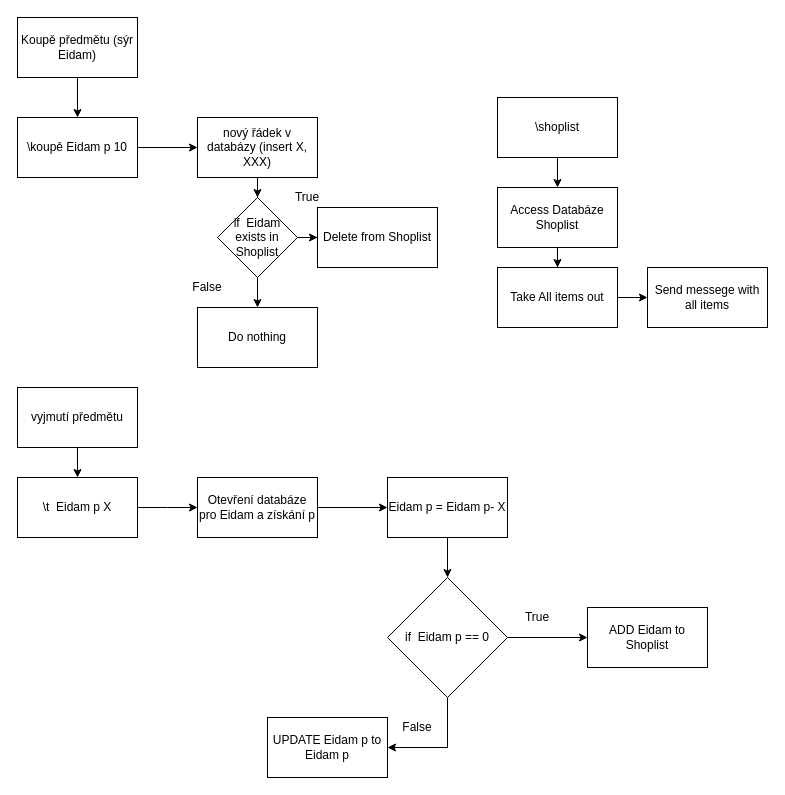
Above: Untitled Diagram.drawio in ridlees/Home_managment (draw.io), before the change. Source tidied: cells renumbered, new cells numbered last; positions are measured from the earlier drawing's top-left corner, leaving out a move shared by most shapes. Both pictures are drawn from the tidied source at 100%, with x=0, y=0 at pixel (17, 17).
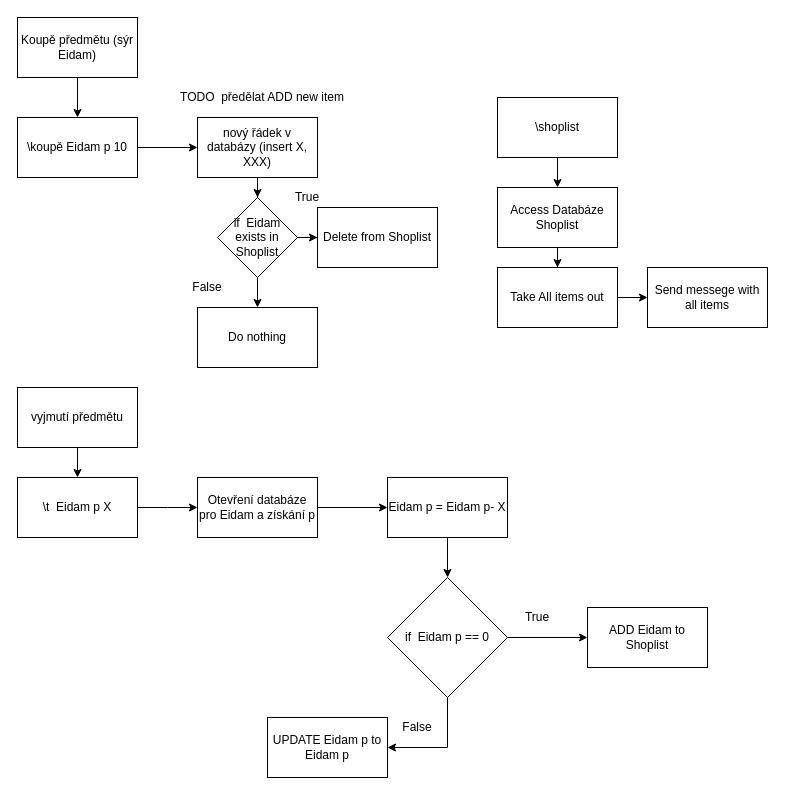
After the change.

The edit, as a diff of the source:
```diff
@@
+    <mxCell id="37" value="TODO &amp;nbsp;předělat ADD new item" style="text;html=1;strokeColor=none;fillColor=none;align=center;verticalAlign=middle;whiteSpace=wrap;rounded=0;" parent="1" vertex="1">
+      <mxGeometry x="120" y="70" width="250" height="20" as="geometry" />
+    </mxCell>
```
